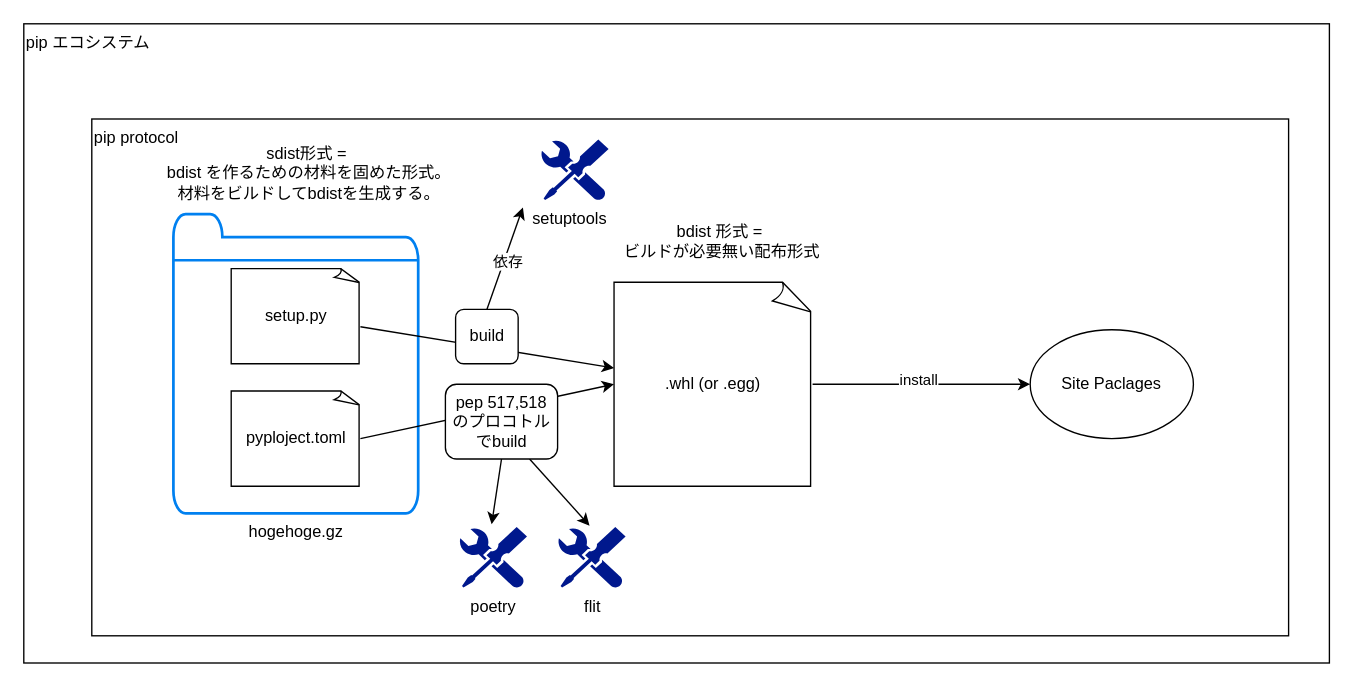
This is pip_system.dio from nnashiki/python_workshop, a draw.io file, before an edit. Source tidied: cells renumbered, new cells numbered last; positions are measured from the earlier drawing's top-left corner, leaving out a move shared by most shapes. Both pictures are drawn from the tidied source at 136%, with x=0, y=0 at pixel (23, 23).
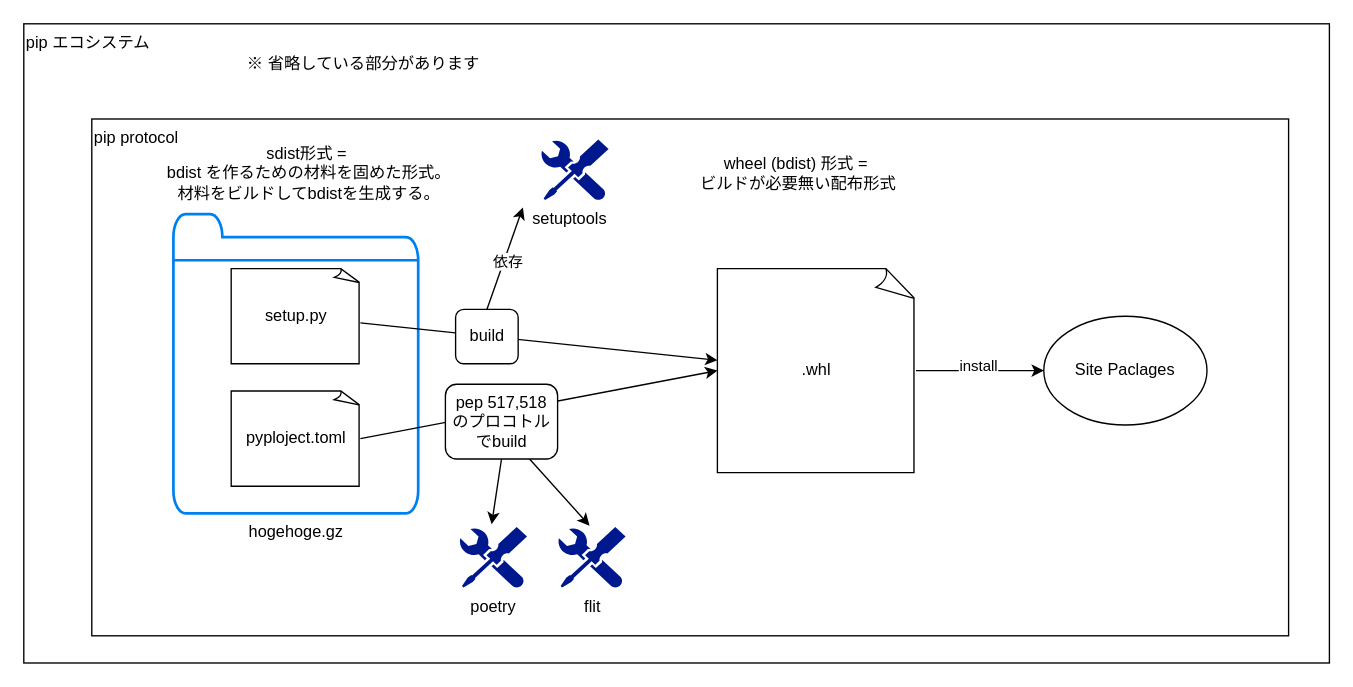
After the change.

What changed in the source:
```diff
@@
-    <mxCell id="12" value="&lt;span&gt;.whl (or .egg)&lt;/span&gt;" style="whiteSpace=wrap;html=1;shape=mxgraph.basic.document;" parent="5" vertex="1">
-      <mxGeometry x="434" y="190" width="146" height="150" as="geometry" />
+    <mxCell id="12" value="&lt;span&gt;.whl&lt;/span&gt;" style="whiteSpace=wrap;html=1;shape=mxgraph.basic.document;" parent="5" vertex="1">
+      <mxGeometry x="510" y="180" width="146" height="150" as="geometry" />
     </mxCell>
-    <mxCell id="13" value="bdist 形式 =&lt;br&gt;&amp;nbsp;ビルドが必要無い配布形式" style="text;html=1;strokeColor=none;fillColor=none;align=center;verticalAlign=middle;whiteSpace=wrap;rounded=0;" parent="5" vertex="1">
-      <mxGeometry x="434" y="140" width="156" height="40" as="geometry" />
+    <mxCell id="13" value="wheel (bdist) 形式 =&lt;br&gt;&amp;nbsp;ビルドが必要無い配布形式" style="text;html=1;strokeColor=none;fillColor=none;align=center;verticalAlign=middle;whiteSpace=wrap;rounded=0;" parent="5" vertex="1">
+      <mxGeometry x="490" y="90" width="156" height="40" as="geometry" />
     </mxCell>
     <mxCell id="14" value="Site Paclages" style="ellipse;whiteSpace=wrap;html=1;" parent="5" vertex="1">
-      <mxGeometry x="740" y="225" width="120" height="80" as="geometry" />
+      <mxGeometry x="750" y="215" width="120" height="80" as="geometry" />
     </mxCell>
@@
+    <mxCell id="26" value="※ 省略している部分があります" style="text;html=1;strokeColor=none;fillColor=none;align=center;verticalAlign=middle;whiteSpace=wrap;rounded=0;" parent="5" vertex="1">
+      <mxGeometry x="160" y="20" width="180" height="20" as="geometry" />
+    </mxCell>
```
